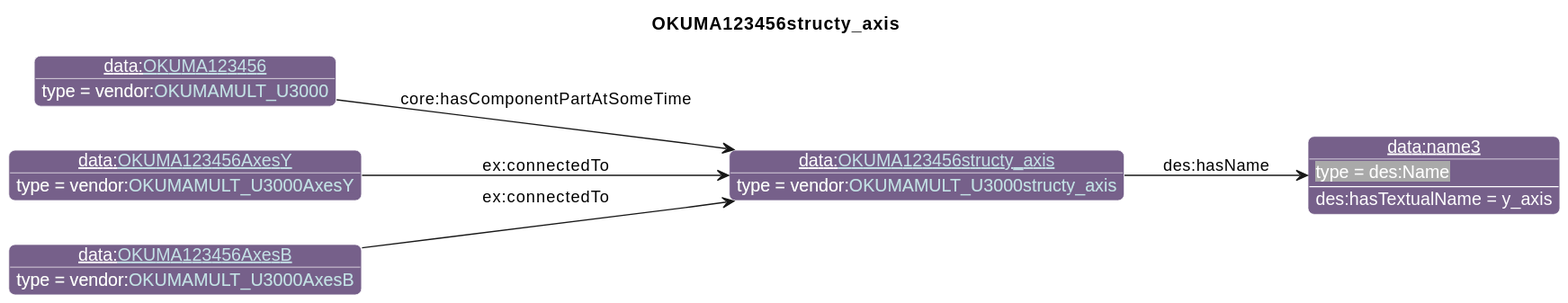
iofoundry/example-syseng-mtconnect keeps this PlantUML diagram as diagrams/OKUMA123456structy_axis.svg. Above is the earlier version.
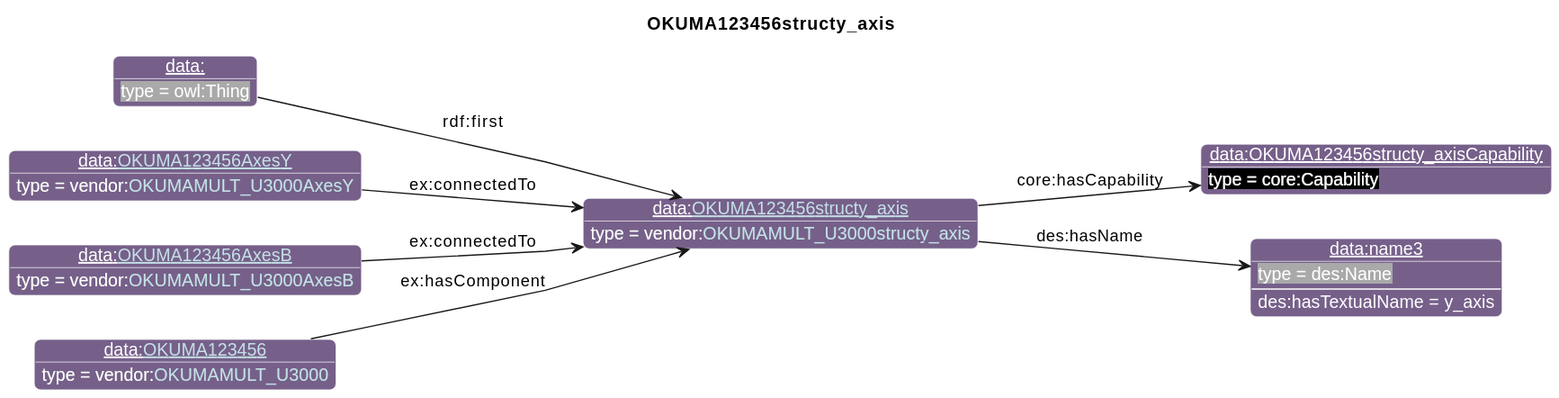
After the change.

What changed in the source:
```diff
@@ -26,13 +26,17 @@
                       "qp":"641B2E"
       }
 individual(o0, data:[[./OKUMA123456structy_axis.html OKUMA123456structy_axis]], vendor:[[../OKUMA.html#OKUMAMULT_U3000structy_axis OKUMAMULT_U3000structy_axis]])
-individual(o1, data:name3, des:Name)
-individual(o2, data:[[./OKUMA123456.html OKUMA123456]], vendor:[[../OKUMA.html#OKUMAMULT_U3000 OKUMAMULT_U3000]])
-individual(o3, data:[[./OKUMA123456AxesY.html OKUMA123456AxesY]], vendor:[[../OKUMA.html#OKUMAMULT_U3000AxesY OKUMAMULT_U3000AxesY]])
-individual(o4, data:[[./OKUMA123456AxesB.html OKUMA123456AxesB]], vendor:[[../OKUMA.html#OKUMAMULT_U3000AxesB OKUMAMULT_U3000AxesB]])
-property(o0, "des:hasName", o1)
-data(o1, "des:hasTextualName", "y_axis")
-property(o2, "core:hasComponentPartAtSomeTime", o0)
-property(o3, "ex:connectedTo", o0)
+individual(o1, data:OKUMA123456structy_axisCapability, core:Capability)
+individual(o2, data:name3, des:Name)
+individual(o3, data:, owl:Thing)
+individual(o4, data:[[./OKUMA123456AxesY.html OKUMA123456AxesY]], vendor:[[../OKUMA.html#OKUMAMULT_U3000AxesY OKUMAMULT_U3000AxesY]])
+individual(o5, data:[[./OKUMA123456AxesB.html OKUMA123456AxesB]], vendor:[[../OKUMA.html#OKUMAMULT_U3000AxesB OKUMAMULT_U3000AxesB]])
+individual(o6, data:[[./OKUMA123456.html OKUMA123456]], vendor:[[../OKUMA.html#OKUMAMULT_U3000 OKUMAMULT_U3000]])
+property(o0, "core:hasCapability", o1)
+property(o0, "des:hasName", o2)
+data(o2, "des:hasTextualName", "y_axis")
+property(o3, "rdf:first", o0)
 property(o4, "ex:connectedTo", o0)
+property(o5, "ex:connectedTo", o0)
+property(o6, "ex:hasComponent", o0)
 @enduml
```
